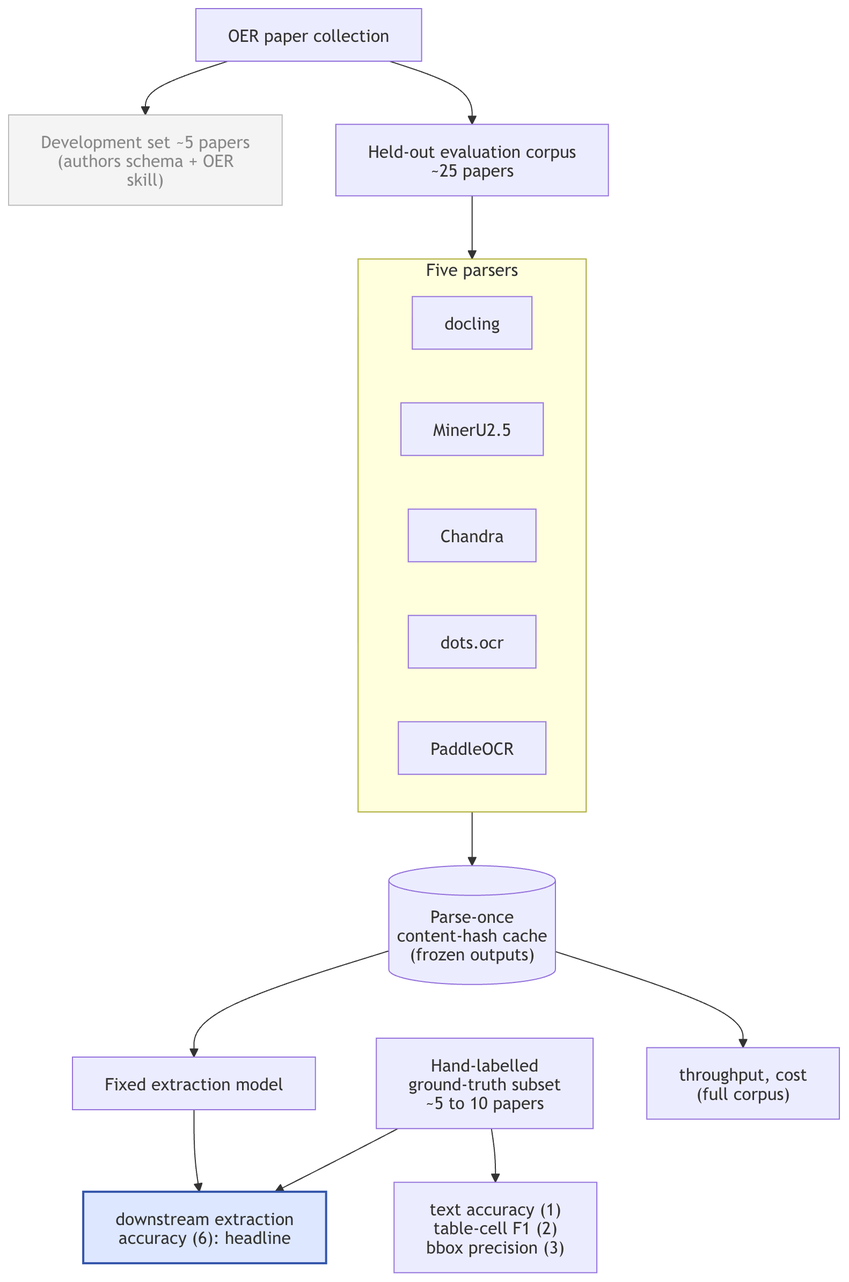
Above: report/figures/eval-methodology.png in sleipnir029/palimpsest (Mermaid), before the change. Its source is kept beside it as report/figures/eval-methodology.mmd.
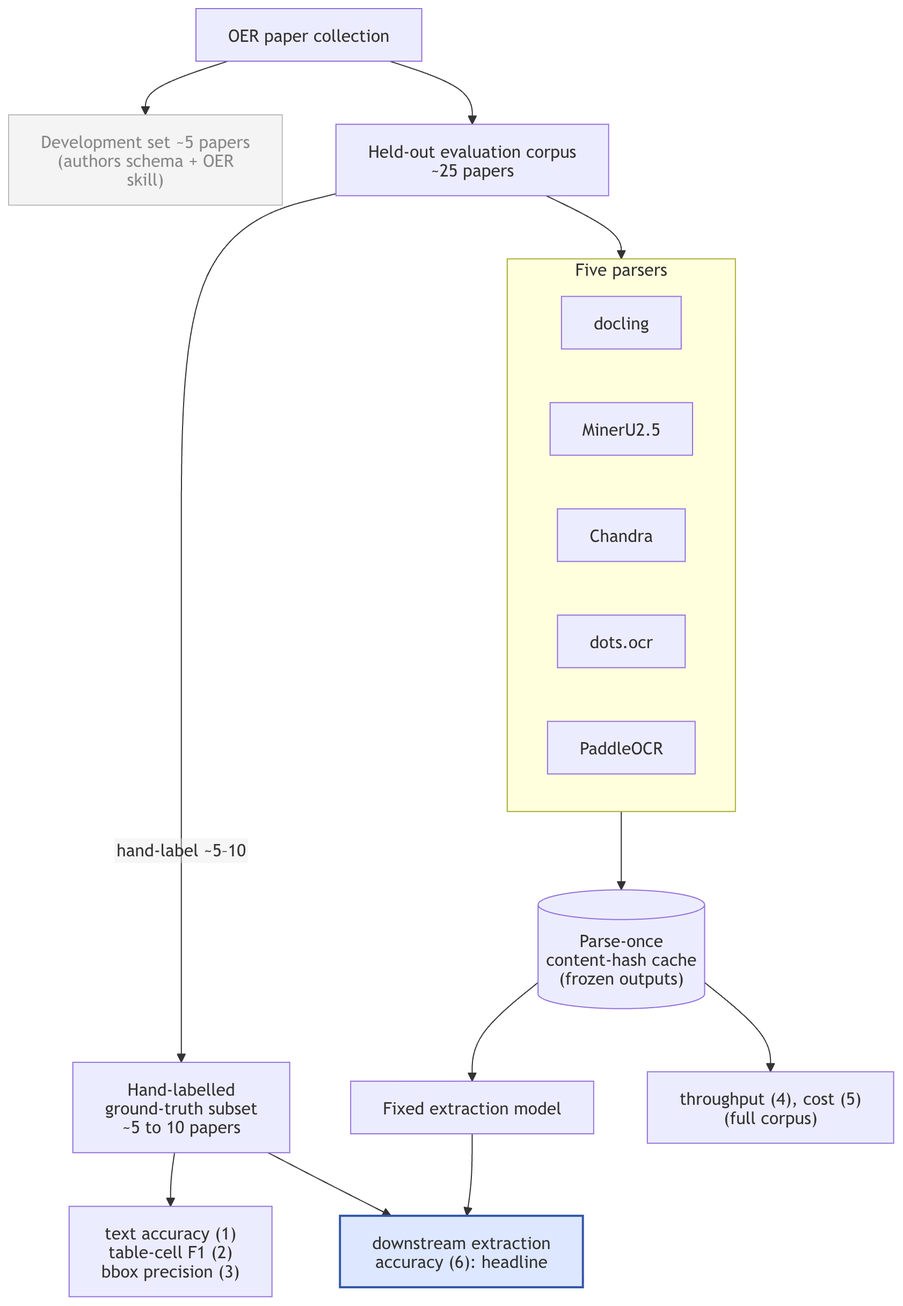
The same file after the commit.

Change to the diagram source:
```diff
@@ -16,7 +16,8 @@
     PARSERS --> CACHE[("Parse-once<br/>content-hash cache<br/>(frozen outputs)")]
     CACHE --> EXT["Fixed extraction model"]
     GT["Hand-labelled<br/>ground-truth subset<br/>~5 to 10 papers"]
-    CACHE --> M45["throughput, cost<br/>(full corpus)"]
+    EVAL -->|"hand-label ~5–10"| GT
+    CACHE --> M45["throughput (4), cost (5)<br/>(full corpus)"]
     GT --> M123["text accuracy (1)<br/>table-cell F1 (2)<br/>bbox precision (3)"]
     EXT --> M6["downstream extraction<br/>accuracy (6): headline"]
     GT --> M6
```
